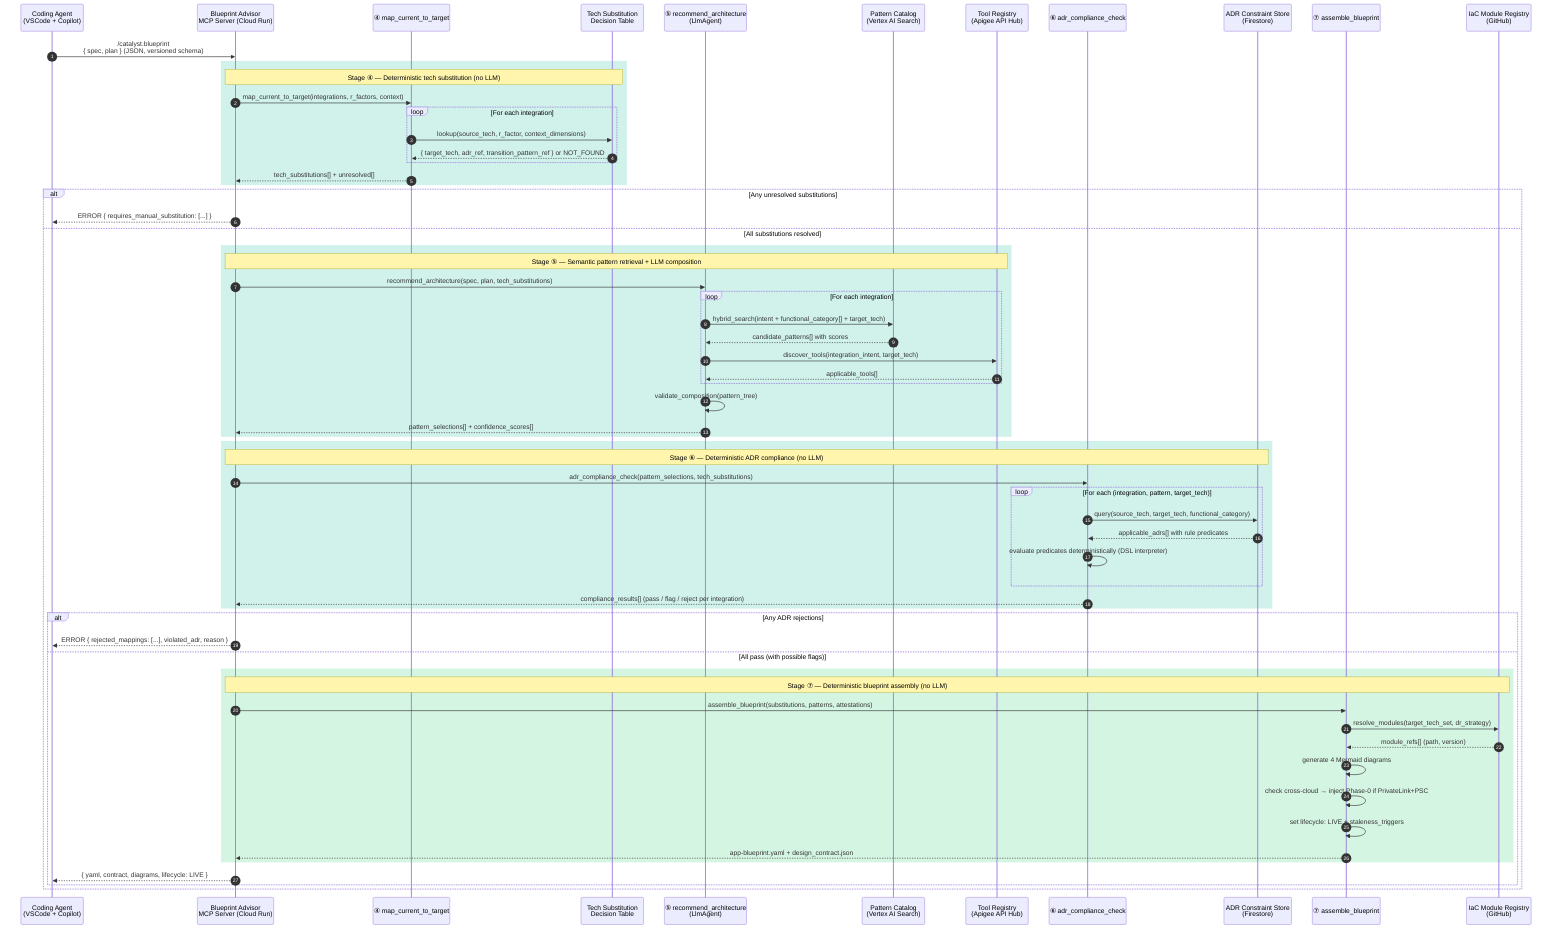
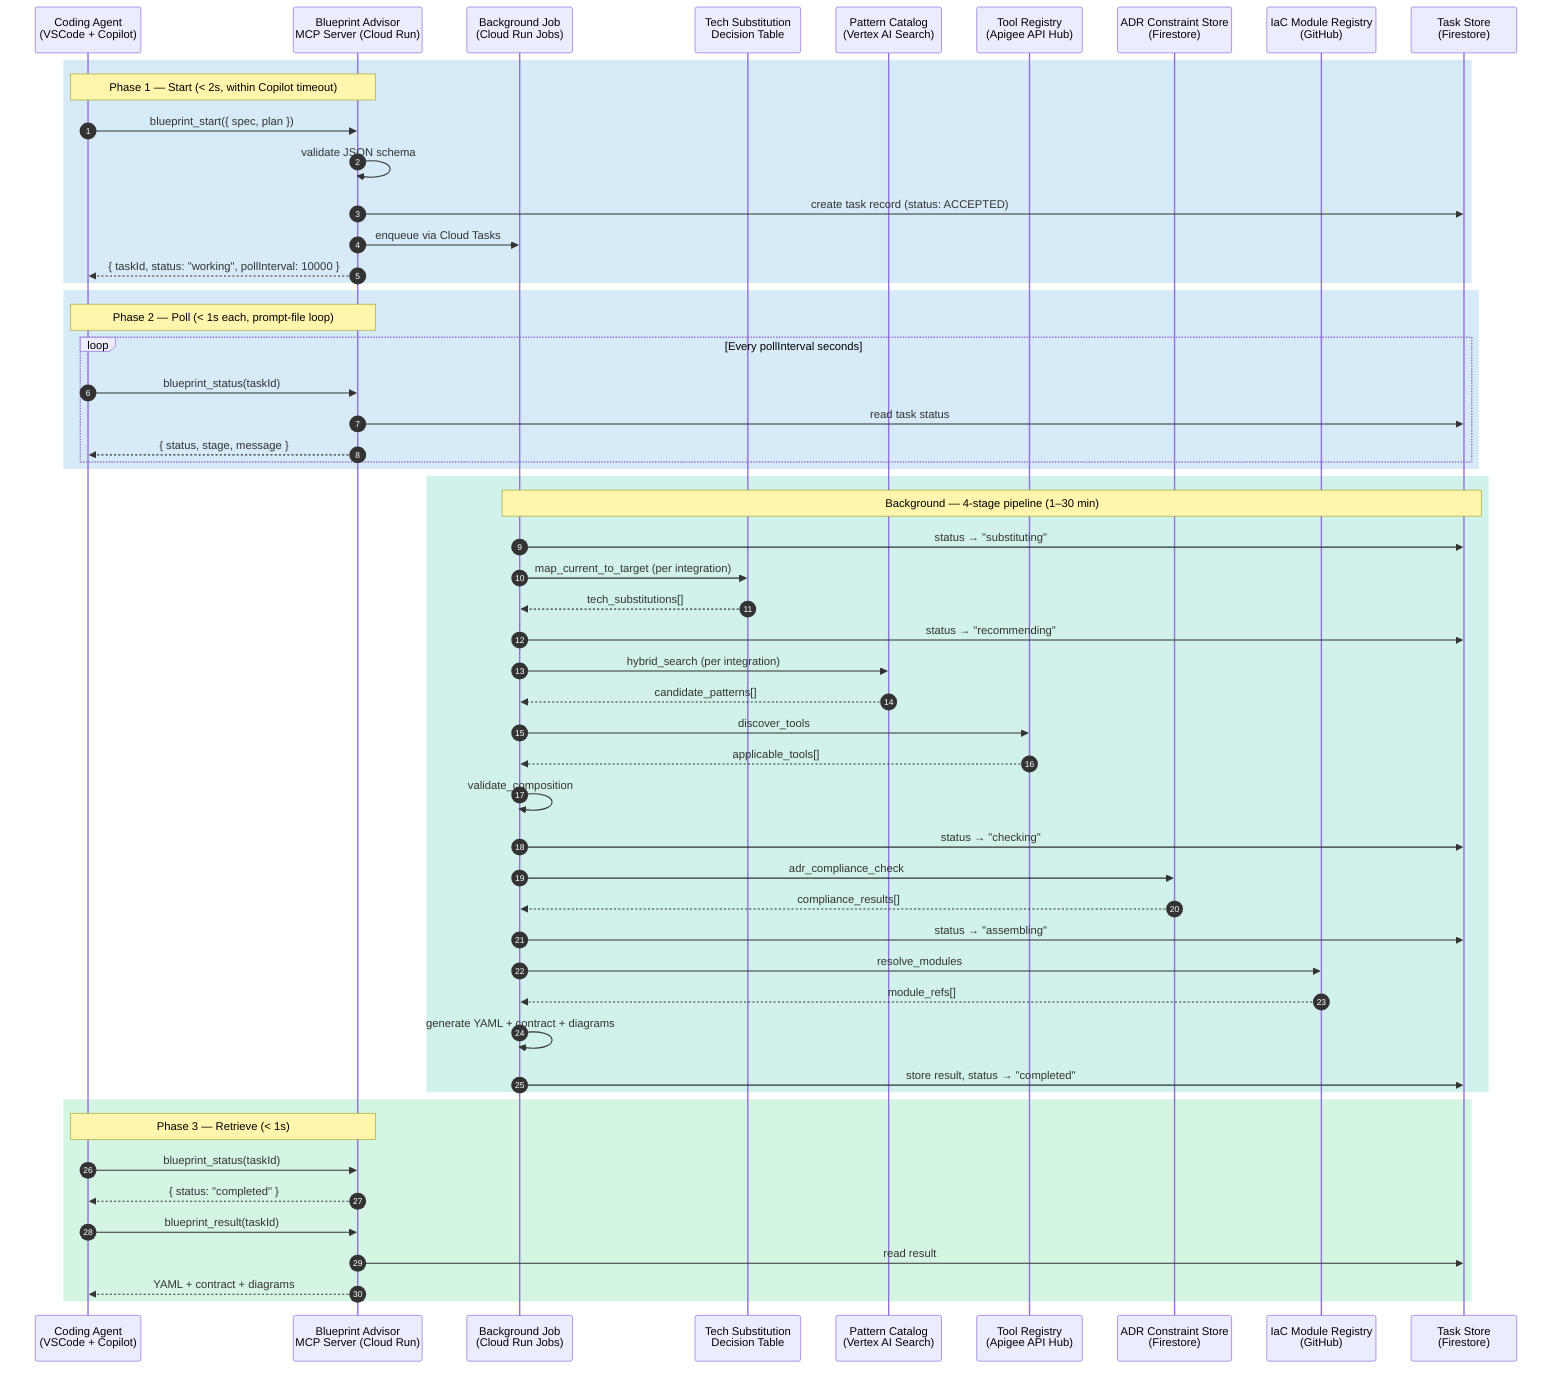
- %% Blueprint Advisor — Call Sequence Diagram
+ %% Blueprint Advisor — Async Call Sequence (MCP Tasks)
%% AgentCatalyst Brownfield
%% File: blueprint-advisor-sequence.mmd

sequenceDiagram
    autonumber
    participant Agent as Coding Agent<br/>(VSCode + Copilot)
    participant MCP as Blueprint Advisor<br/>MCP Server (Cloud Run)
-     participant T1 as ④ map_current_to_target
+     participant BG as Background Job<br/>(Cloud Run Jobs)
    participant TS as Tech Substitution<br/>Decision Table
-     participant T2 as ⑤ recommend_architecture<br/>(LlmAgent)
    participant PC as Pattern Catalog<br/>(Vertex AI Search)
    participant TR as Tool Registry<br/>(Apigee API Hub)
-     participant T3 as ⑥ adr_compliance_check
    participant ADR as ADR Constraint Store<br/>(Firestore)
-     participant T4 as ⑦ assemble_blueprint
    participant IAC as IaC Module Registry<br/>(GitHub)
+     participant FS as Task Store<br/>(Firestore)

-     Agent->>MCP: /catalyst.blueprint<br/>{ spec, plan } (JSON, versioned schema)
+     rect rgb(214, 234, 248)
+     Note over Agent,MCP: Phase 1 — Start (< 2s, within Copilot timeout)
+     Agent->>MCP: blueprint_start({ spec, plan })
+     MCP->>MCP: validate JSON schema
+     MCP->>FS: create task record (status: ACCEPTED)
+     MCP->>BG: enqueue via Cloud Tasks
+     MCP-->>Agent: { taskId, status: "working", pollInterval: 10000 }
+     end
+ 
+     rect rgb(214, 234, 248)
+     Note over Agent,MCP: Phase 2 — Poll (< 1s each, prompt-file loop)
+     loop Every pollInterval seconds
+         Agent->>MCP: blueprint_status(taskId)
+         MCP->>FS: read task status
+         MCP-->>Agent: { status, stage, message }
+     end
+     end

    rect rgb(209, 242, 235)
-     Note over MCP,TS: Stage ④ — Deterministic tech substitution (no LLM)
-     MCP->>T1: map_current_to_target(integrations, r_factors, context)
-     loop For each integration
-         T1->>TS: lookup(source_tech, r_factor, context_dimensions)
-         TS-->>T1: { target_tech, adr_ref, transition_pattern_ref } or NOT_FOUND
-     end
-     T1-->>MCP: tech_substitutions[] + unresolved[]
+     Note over BG,FS: Background — 4-stage pipeline (1–30 min)
+     BG->>FS: status → "substituting"
+     BG->>TS: map_current_to_target (per integration)
+     TS-->>BG: tech_substitutions[]
+     BG->>FS: status → "recommending"
+     BG->>PC: hybrid_search (per integration)
+     PC-->>BG: candidate_patterns[]
+     BG->>TR: discover_tools
+     TR-->>BG: applicable_tools[]
+     BG->>BG: validate_composition
+     BG->>FS: status → "checking"
+     BG->>ADR: adr_compliance_check
+     ADR-->>BG: compliance_results[]
+     BG->>FS: status → "assembling"
+     BG->>IAC: resolve_modules
+     IAC-->>BG: module_refs[]
+     BG->>BG: generate YAML + contract + diagrams
+     BG->>FS: store result, status → "completed"
    end

-     alt Any unresolved substitutions
-         MCP-->>Agent: ERROR { requires_manual_substitution: [...] }
-     else All substitutions resolved
-         rect rgb(209, 242, 235)
-         Note over MCP,TR: Stage ⑤ — Semantic pattern retrieval + LLM composition
-         MCP->>T2: recommend_architecture(spec, plan, tech_substitutions)
-         loop For each integration
-             T2->>PC: hybrid_search(intent + functional_category[] + target_tech)
-             PC-->>T2: candidate_patterns[] with scores
-             T2->>TR: discover_tools(integration_intent, target_tech)
-             TR-->>T2: applicable_tools[]
-         end
-         T2->>T2: validate_composition(pattern_tree)
-         T2-->>MCP: pattern_selections[] + confidence_scores[]
-         end
- 
-         rect rgb(209, 242, 235)
-         Note over MCP,ADR: Stage ⑥ — Deterministic ADR compliance (no LLM)
-         MCP->>T3: adr_compliance_check(pattern_selections, tech_substitutions)
-         loop For each (integration, pattern, target_tech)
-             T3->>ADR: query(source_tech, target_tech, functional_category)
-             ADR-->>T3: applicable_adrs[] with rule predicates
-             T3->>T3: evaluate predicates deterministically (DSL interpreter)
-         end
-         T3-->>MCP: compliance_results[] (pass / flag / reject per integration)
-         end
- 
-         alt Any ADR rejections
-             MCP-->>Agent: ERROR { rejected_mappings: [...], violated_adr, reason }
-         else All pass (with possible flags)
-             rect rgb(213, 245, 227)
-             Note over MCP,IAC: Stage ⑦ — Deterministic blueprint assembly (no LLM)
-             MCP->>T4: assemble_blueprint(substitutions, patterns, attestations)
-             T4->>IAC: resolve_modules(target_tech_set, dr_strategy)
-             IAC-->>T4: module_refs[] (path, version)
-             T4->>T4: generate 4 Mermaid diagrams
-             T4->>T4: check cross-cloud → inject Phase-0 if PrivateLink+PSC
-             T4->>T4: set lifecycle: LIVE + staleness_triggers
-             T4-->>MCP: app-blueprint.yaml + design_contract.json
-             end
-             MCP-->>Agent: { yaml, contract, diagrams, lifecycle: LIVE }
-         end
+     rect rgb(213, 245, 227)
+     Note over Agent,MCP: Phase 3 — Retrieve (< 1s)
+     Agent->>MCP: blueprint_status(taskId)
+     MCP-->>Agent: { status: "completed" }
+     Agent->>MCP: blueprint_result(taskId)
+     MCP->>FS: read result
+     MCP-->>Agent: YAML + contract + diagrams
    end
